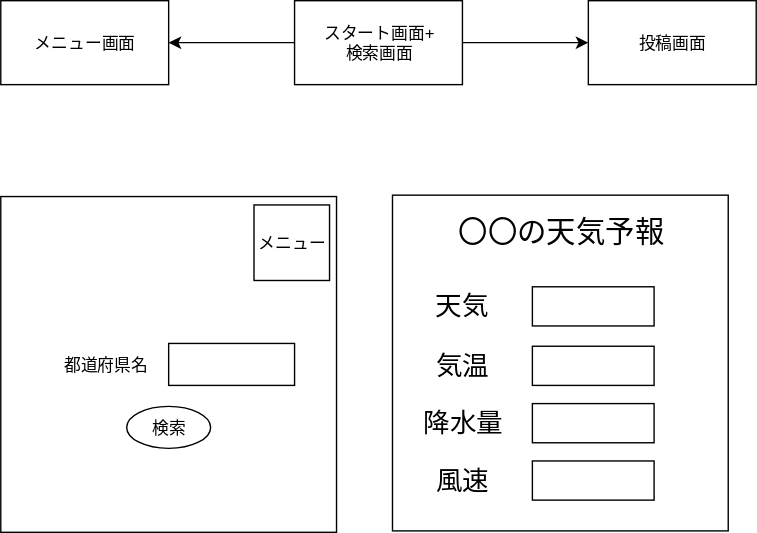
Before: documents/page-design.drawio.svg, a diagram exported from draw.io (422016Miran/mu-psd-03). Source tidied: cells renumbered, new cells last; positions are measured from the earlier drawing's top-left corner, leaving out a move shared by most shapes.
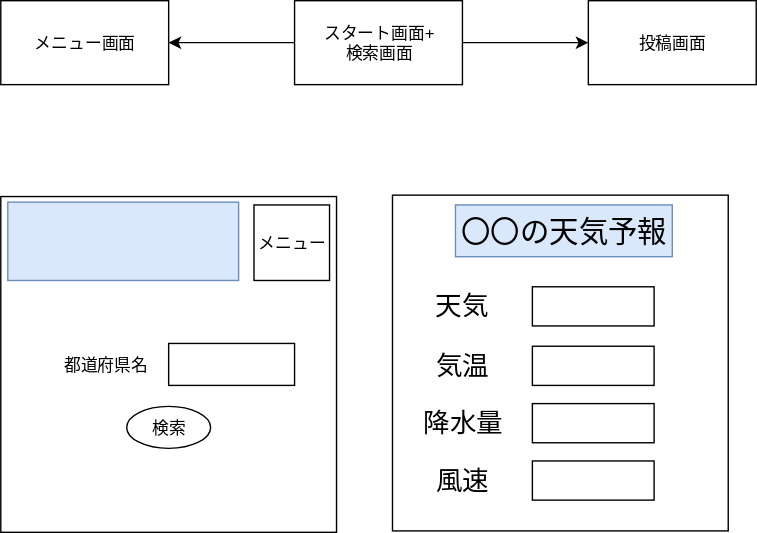
Later version of the same file.

Commit message:
設計図変更

The edit, as a diff of the source:
```diff
@@ -47,8 +47,8 @@
     <mxCell id="15" style="edgeStyle=orthogonalEdgeStyle;rounded=0;orthogonalLoop=1;jettySize=auto;html=1;exitX=0.5;exitY=1;exitDx=0;exitDy=0;" parent="1" edge="1" source="13" target="13">
       <mxGeometry relative="1" as="geometry" />
     </mxCell>
-    <mxCell id="16" value="〇〇の天気予報" style="text;html=1;strokeColor=none;fillColor=none;align=center;verticalAlign=middle;whiteSpace=wrap;rounded=0;fontSize=21;" parent="1" vertex="1">
-      <mxGeometry x="325" y="146" width="150" height="37" as="geometry" />
+    <mxCell id="16" value="〇〇の天気予報" style="text;html=1;strokeColor=#6c8ebf;fillColor=#dae8fc;align=center;verticalAlign=middle;whiteSpace=wrap;rounded=0;fontSize=21;" parent="1" vertex="1">
+      <mxGeometry x="325" y="146" width="155" height="37" as="geometry" />
     </mxCell>
     <mxCell id="17" value="気温" style="text;html=1;strokeColor=none;fillColor=none;align=center;verticalAlign=middle;whiteSpace=wrap;rounded=0;fontSize=19;" parent="1" vertex="1">
       <mxGeometry x="297.5" y="248.5" width="65" height="25" as="geometry" />
@@ -74,5 +74,8 @@
     <mxCell id="24" value="天気" style="text;html=1;strokeColor=none;fillColor=none;align=center;verticalAlign=middle;whiteSpace=wrap;rounded=0;fontSize=19;" parent="1" vertex="1">
       <mxGeometry x="310" y="208.5" width="40" height="20" as="geometry" />
     </mxCell>
+    <mxCell id="25" style="rounded=0;whiteSpace=wrap;html=1;fontSize=19;fillColor=#dae8fc;strokeColor=#6c8ebf;" parent="1" vertex="1">
+      <mxGeometry x="5" y="144" width="165" height="56" as="geometry" />
+    </mxCell>
   </root>
 </mxGraphModel>
```
